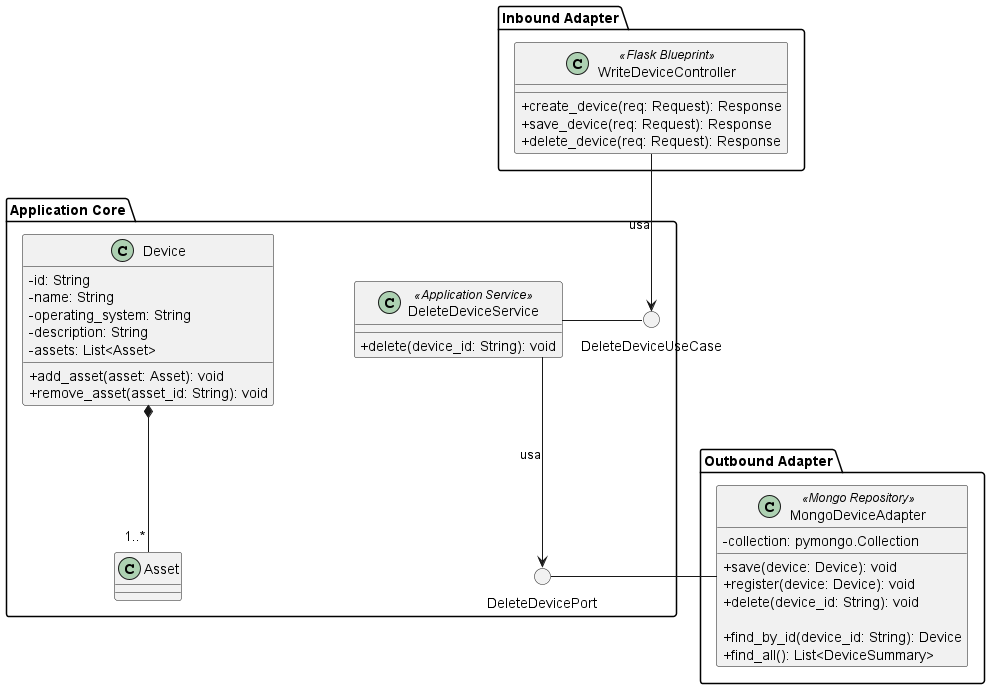
Above: src/PB/DocumentazioneEsterna/Specifica_Tecnica/content/uml/png/DeleteDevice/DeleteDevice.png in GroupRubberDuck/Documentazione (PlantUML), before the change.
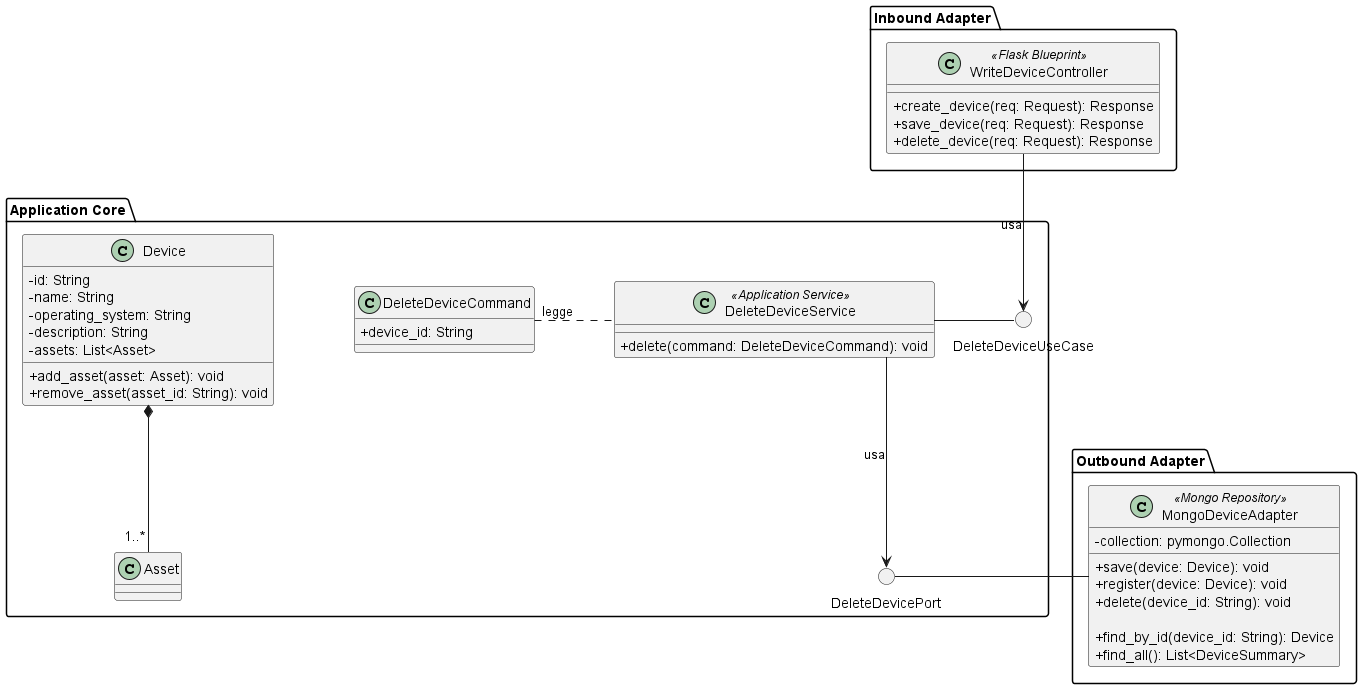
After the change.

The edit, as a diff of the source:
```diff
@@ -10,19 +10,23 @@
 
 package "Application Core" {
     () "DeleteDeviceUseCase"
+
+    class DeleteDeviceCommand {
+        +device_id: String
+    }
+
     !include ApplicationServices/DeleteDeviceService.puml
     !include Domain/Device.puml
     () "DeleteDevicePort"
-
 }
 
 package "Outbound Adapter" {
     !include OutboundAdapters/MongoDeviceAdapter.puml
 }
 
-
 DeleteDeviceService - DeleteDeviceUseCase
 
+DeleteDeviceCommand . DeleteDeviceService: legge
 
 DeleteDeviceService --> DeleteDevicePort: usa
 
```
